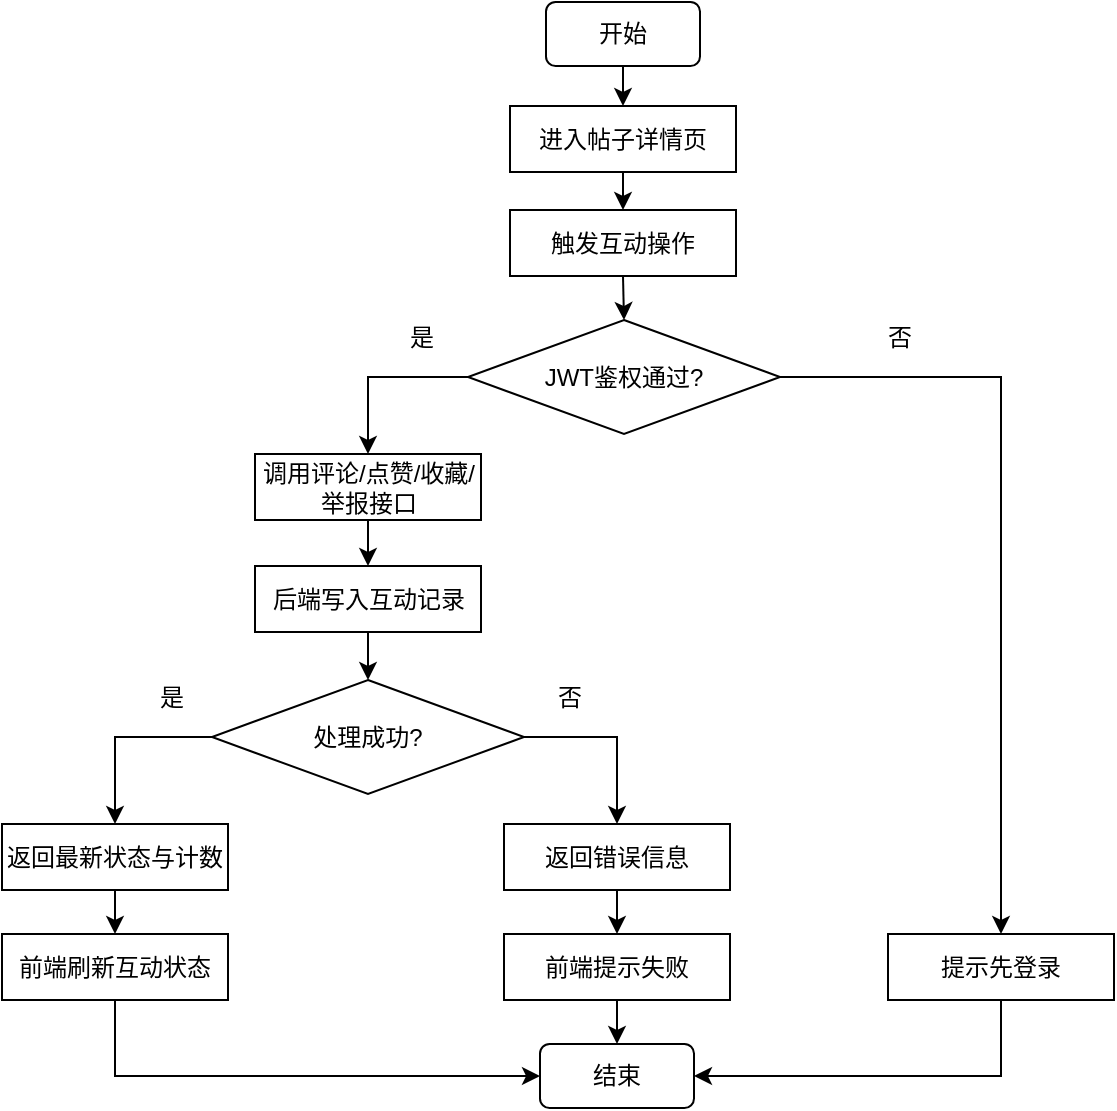
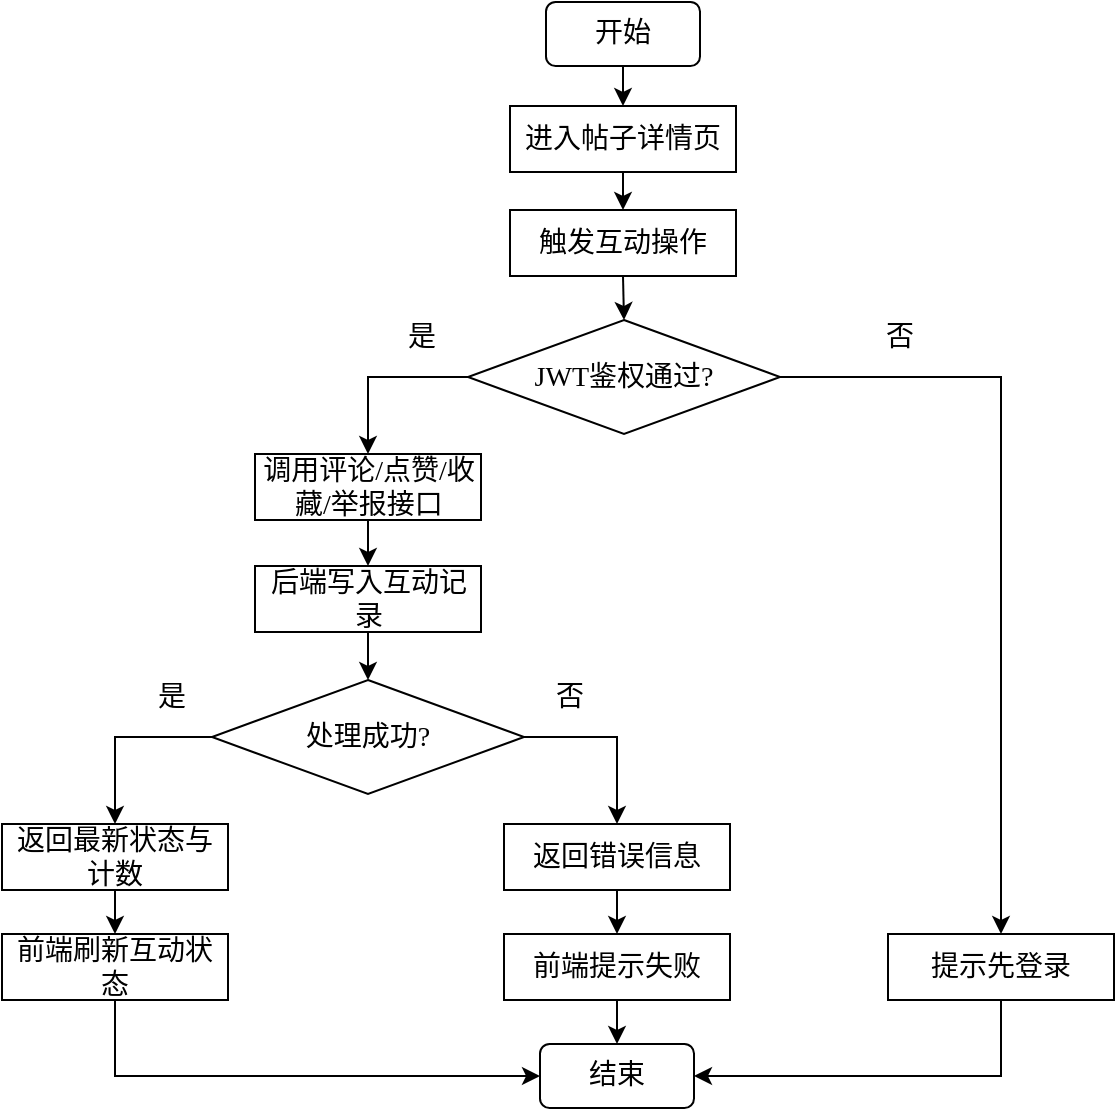
<mxfile host="app.diagrams.net">
  <diagram name="第 1 页" id="atgVEVQPDLTRviuGws0A">
    <mxGraphModel dx="1406" dy="780" grid="0" gridSize="10" guides="1" tooltips="1" connect="1" arrows="1" fold="1" page="1" pageScale="1" pageWidth="827" pageHeight="1169" math="0" shadow="0">
      <root>
        <mxCell id="0" />
        <mxCell id="1" parent="0" />
-         <mxCell id="FfwMyuEgGZR5WR4JFaMl-1" parent="1" style="rounded=1;whiteSpace=wrap;html=1;" value="&lt;span style=&quot;font-size: 12px;&quot;&gt;开始&lt;/span&gt;" vertex="1">
+         <mxCell id="FfwMyuEgGZR5WR4JFaMl-1" parent="1" style="rounded=1;whiteSpace=wrap;html=1;fontFamily=仿宋;fontSize=14;" value="&lt;span&gt;开始&lt;/span&gt;" vertex="1">
          <mxGeometry height="32" width="77" x="375" y="8" as="geometry" />
        </mxCell>
-         <mxCell id="FfwMyuEgGZR5WR4JFaMl-2" parent="1" style="rounded=1;whiteSpace=wrap;html=1;" value="&lt;span style=&quot;font-size: 12px;&quot;&gt;结束&lt;/span&gt;" vertex="1">
+         <mxCell id="FfwMyuEgGZR5WR4JFaMl-2" parent="1" style="rounded=1;whiteSpace=wrap;html=1;fontFamily=仿宋;fontSize=14;" value="&lt;span&gt;结束&lt;/span&gt;" vertex="1">
          <mxGeometry height="32" width="77" x="372" y="529" as="geometry" />
        </mxCell>
-         <mxCell id="FfwMyuEgGZR5WR4JFaMl-3" parent="1" style="rounded=0;whiteSpace=wrap;html=1;" value="&lt;span style=&quot;font-size: 12px;&quot;&gt;进入帖子详情页&lt;/span&gt;" vertex="1">
+         <mxCell id="FfwMyuEgGZR5WR4JFaMl-3" parent="1" style="rounded=0;whiteSpace=wrap;html=1;fontFamily=仿宋;fontSize=14;" value="&lt;span&gt;进入帖子详情页&lt;/span&gt;" vertex="1">
          <mxGeometry height="33" width="113" x="357" y="60" as="geometry" />
        </mxCell>
-         <mxCell id="FfwMyuEgGZR5WR4JFaMl-4" parent="1" style="rounded=0;whiteSpace=wrap;html=1;" value="&lt;span style=&quot;font-size: 12px;&quot;&gt;触发互动操作&lt;/span&gt;" vertex="1">
+         <mxCell id="FfwMyuEgGZR5WR4JFaMl-4" parent="1" style="rounded=0;whiteSpace=wrap;html=1;fontFamily=仿宋;fontSize=14;" value="&lt;span&gt;触发互动操作&lt;/span&gt;" vertex="1">
          <mxGeometry height="33" width="113" x="357" y="112" as="geometry" />
        </mxCell>
-         <mxCell id="FfwMyuEgGZR5WR4JFaMl-5" parent="1" style="rounded=0;whiteSpace=wrap;html=1;" value="调用评论/点赞/收藏/举报接口" vertex="1">
+         <mxCell id="FfwMyuEgGZR5WR4JFaMl-5" parent="1" style="rounded=0;whiteSpace=wrap;html=1;fontFamily=仿宋;fontSize=14;" value="调用评论/点赞/收藏/举报接口" vertex="1">
          <mxGeometry height="33" width="113" x="229.5" y="234" as="geometry" />
        </mxCell>
-         <mxCell id="FfwMyuEgGZR5WR4JFaMl-6" parent="1" style="rounded=0;whiteSpace=wrap;html=1;" value="&lt;span style=&quot;font-size: 12px;&quot;&gt;后端写入互动记录&lt;/span&gt;" vertex="1">
+         <mxCell id="FfwMyuEgGZR5WR4JFaMl-6" parent="1" style="rounded=0;whiteSpace=wrap;html=1;fontFamily=仿宋;fontSize=14;" value="&lt;span&gt;后端写入互动记录&lt;/span&gt;" vertex="1">
          <mxGeometry height="33" width="113" x="229.5" y="290" as="geometry" />
        </mxCell>
-         <mxCell id="FfwMyuEgGZR5WR4JFaMl-7" parent="1" style="rounded=0;whiteSpace=wrap;html=1;" value="&lt;span style=&quot;font-size: 12px;&quot;&gt;返回最新状态与计数&lt;/span&gt;" vertex="1">
+         <mxCell id="FfwMyuEgGZR5WR4JFaMl-7" parent="1" style="rounded=0;whiteSpace=wrap;html=1;fontFamily=仿宋;fontSize=14;" value="&lt;span&gt;返回最新状态与计数&lt;/span&gt;" vertex="1">
          <mxGeometry height="33" width="113" x="103" y="419" as="geometry" />
        </mxCell>
-         <mxCell id="FfwMyuEgGZR5WR4JFaMl-8" parent="1" style="rounded=0;whiteSpace=wrap;html=1;" value="&lt;span style=&quot;font-size: 12px;&quot;&gt;前端刷新互动状态&lt;/span&gt;" vertex="1">
+         <mxCell id="FfwMyuEgGZR5WR4JFaMl-8" parent="1" style="rounded=0;whiteSpace=wrap;html=1;fontFamily=仿宋;fontSize=14;" value="&lt;span&gt;前端刷新互动状态&lt;/span&gt;" vertex="1">
          <mxGeometry height="33" width="113" x="103" y="474" as="geometry" />
        </mxCell>
-         <mxCell id="FfwMyuEgGZR5WR4JFaMl-9" parent="1" style="rounded=0;whiteSpace=wrap;html=1;" value="&lt;span style=&quot;font-size: 12px;&quot;&gt;返回错误信息&lt;/span&gt;" vertex="1">
+         <mxCell id="FfwMyuEgGZR5WR4JFaMl-9" parent="1" style="rounded=0;whiteSpace=wrap;html=1;fontFamily=仿宋;fontSize=14;" value="&lt;span&gt;返回错误信息&lt;/span&gt;" vertex="1">
          <mxGeometry height="33" width="113" x="354" y="419" as="geometry" />
        </mxCell>
-         <mxCell id="FfwMyuEgGZR5WR4JFaMl-10" parent="1" style="rounded=0;whiteSpace=wrap;html=1;" value="&lt;span style=&quot;font-size: 12px;&quot;&gt;前端提示失败&lt;/span&gt;" vertex="1">
+         <mxCell id="FfwMyuEgGZR5WR4JFaMl-10" parent="1" style="rounded=0;whiteSpace=wrap;html=1;fontFamily=仿宋;fontSize=14;" value="&lt;span&gt;前端提示失败&lt;/span&gt;" vertex="1">
          <mxGeometry height="33" width="113" x="354" y="474" as="geometry" />
        </mxCell>
-         <mxCell id="FfwMyuEgGZR5WR4JFaMl-11" parent="1" style="rounded=0;whiteSpace=wrap;html=1;" value="&lt;span style=&quot;font-size: 12px;&quot;&gt;提示先登录&lt;/span&gt;" vertex="1">
+         <mxCell id="FfwMyuEgGZR5WR4JFaMl-11" parent="1" style="rounded=0;whiteSpace=wrap;html=1;fontFamily=仿宋;fontSize=14;" value="&lt;span&gt;提示先登录&lt;/span&gt;" vertex="1">
          <mxGeometry height="33" width="113" x="546" y="474" as="geometry" />
        </mxCell>
-         <mxCell id="FfwMyuEgGZR5WR4JFaMl-12" parent="1" style="rhombus;whiteSpace=wrap;html=1;" value="&lt;span style=&quot;font-size: 12px;&quot;&gt;JWT鉴权通过?&lt;/span&gt;" vertex="1">
+         <mxCell id="FfwMyuEgGZR5WR4JFaMl-12" parent="1" style="rhombus;whiteSpace=wrap;html=1;fontFamily=仿宋;fontSize=14;" value="&lt;span&gt;JWT鉴权通过?&lt;/span&gt;" vertex="1">
          <mxGeometry height="57" width="156" x="336" y="167" as="geometry" />
        </mxCell>
-         <mxCell id="FfwMyuEgGZR5WR4JFaMl-14" parent="1" style="rhombus;whiteSpace=wrap;html=1;" value="&lt;span style=&quot;font-size: 12px;&quot;&gt;处理成功?&lt;/span&gt;" vertex="1">
+         <mxCell id="FfwMyuEgGZR5WR4JFaMl-14" parent="1" style="rhombus;whiteSpace=wrap;html=1;fontFamily=仿宋;fontSize=14;" value="&lt;span&gt;处理成功?&lt;/span&gt;" vertex="1">
          <mxGeometry height="57" width="156" x="208" y="347" as="geometry" />
        </mxCell>
-         <mxCell id="FfwMyuEgGZR5WR4JFaMl-15" edge="1" parent="1" source="FfwMyuEgGZR5WR4JFaMl-5" style="endArrow=classic;html=1;rounded=0;exitX=0.5;exitY=1;exitDx=0;exitDy=0;entryX=0.5;entryY=0;entryDx=0;entryDy=0;" target="FfwMyuEgGZR5WR4JFaMl-6" value="">
+         <mxCell id="FfwMyuEgGZR5WR4JFaMl-15" edge="1" parent="1" source="FfwMyuEgGZR5WR4JFaMl-5" style="endArrow=classic;html=1;rounded=0;exitX=0.5;exitY=1;exitDx=0;exitDy=0;entryX=0.5;entryY=0;entryDx=0;entryDy=0;fontFamily=仿宋;fontSize=14;" target="FfwMyuEgGZR5WR4JFaMl-6" value="">
          <mxGeometry height="50" relative="1" width="50" as="geometry">
            <mxPoint x="388" y="427" as="sourcePoint" />
            <mxPoint x="438" y="377" as="targetPoint" />
          </mxGeometry>
        </mxCell>
-         <mxCell id="FfwMyuEgGZR5WR4JFaMl-16" edge="1" parent="1" source="FfwMyuEgGZR5WR4JFaMl-1" style="endArrow=classic;html=1;rounded=0;exitX=0.5;exitY=1;exitDx=0;exitDy=0;entryX=0.5;entryY=0;entryDx=0;entryDy=0;" target="FfwMyuEgGZR5WR4JFaMl-3" value="">
+         <mxCell id="FfwMyuEgGZR5WR4JFaMl-16" edge="1" parent="1" source="FfwMyuEgGZR5WR4JFaMl-1" style="endArrow=classic;html=1;rounded=0;exitX=0.5;exitY=1;exitDx=0;exitDy=0;entryX=0.5;entryY=0;entryDx=0;entryDy=0;fontFamily=仿宋;fontSize=14;" target="FfwMyuEgGZR5WR4JFaMl-3" value="">
          <mxGeometry height="50" relative="1" width="50" as="geometry">
            <mxPoint x="551" y="153" as="sourcePoint" />
            <mxPoint x="546" y="192" as="targetPoint" />
          </mxGeometry>
        </mxCell>
-         <mxCell id="FfwMyuEgGZR5WR4JFaMl-17" edge="1" parent="1" source="FfwMyuEgGZR5WR4JFaMl-3" style="endArrow=classic;html=1;rounded=0;exitX=0.5;exitY=1;exitDx=0;exitDy=0;entryX=0.5;entryY=0;entryDx=0;entryDy=0;" target="FfwMyuEgGZR5WR4JFaMl-4" value="">
+         <mxCell id="FfwMyuEgGZR5WR4JFaMl-17" edge="1" parent="1" source="FfwMyuEgGZR5WR4JFaMl-3" style="endArrow=classic;html=1;rounded=0;exitX=0.5;exitY=1;exitDx=0;exitDy=0;entryX=0.5;entryY=0;entryDx=0;entryDy=0;fontFamily=仿宋;fontSize=14;" target="FfwMyuEgGZR5WR4JFaMl-4" value="">
          <mxGeometry height="50" relative="1" width="50" as="geometry">
            <mxPoint x="552" y="132" as="sourcePoint" />
            <mxPoint x="547" y="171" as="targetPoint" />
          </mxGeometry>
        </mxCell>
-         <mxCell id="FfwMyuEgGZR5WR4JFaMl-18" edge="1" parent="1" source="FfwMyuEgGZR5WR4JFaMl-4" style="endArrow=classic;html=1;rounded=0;exitX=0.5;exitY=1;exitDx=0;exitDy=0;entryX=0.5;entryY=0;entryDx=0;entryDy=0;" target="FfwMyuEgGZR5WR4JFaMl-12" value="">
+         <mxCell id="FfwMyuEgGZR5WR4JFaMl-18" edge="1" parent="1" source="FfwMyuEgGZR5WR4JFaMl-4" style="endArrow=classic;html=1;rounded=0;exitX=0.5;exitY=1;exitDx=0;exitDy=0;entryX=0.5;entryY=0;entryDx=0;entryDy=0;fontFamily=仿宋;fontSize=14;" target="FfwMyuEgGZR5WR4JFaMl-12" value="">
          <mxGeometry height="50" relative="1" width="50" as="geometry">
            <mxPoint x="576" y="212" as="sourcePoint" />
            <mxPoint x="571" y="251" as="targetPoint" />
          </mxGeometry>
        </mxCell>
-         <mxCell id="FfwMyuEgGZR5WR4JFaMl-19" edge="1" parent="1" source="FfwMyuEgGZR5WR4JFaMl-7" style="endArrow=classic;html=1;rounded=0;exitX=0.5;exitY=1;exitDx=0;exitDy=0;entryX=0.5;entryY=0;entryDx=0;entryDy=0;" target="FfwMyuEgGZR5WR4JFaMl-8" value="">
+         <mxCell id="FfwMyuEgGZR5WR4JFaMl-19" edge="1" parent="1" source="FfwMyuEgGZR5WR4JFaMl-7" style="endArrow=classic;html=1;rounded=0;exitX=0.5;exitY=1;exitDx=0;exitDy=0;entryX=0.5;entryY=0;entryDx=0;entryDy=0;fontFamily=仿宋;fontSize=14;" target="FfwMyuEgGZR5WR4JFaMl-8" value="">
          <mxGeometry height="50" relative="1" width="50" as="geometry">
            <mxPoint x="428" y="481" as="sourcePoint" />
            <mxPoint x="423" y="520" as="targetPoint" />
          </mxGeometry>
        </mxCell>
-         <mxCell id="FfwMyuEgGZR5WR4JFaMl-20" edge="1" parent="1" source="FfwMyuEgGZR5WR4JFaMl-9" style="endArrow=classic;html=1;rounded=0;exitX=0.5;exitY=1;exitDx=0;exitDy=0;entryX=0.5;entryY=0;entryDx=0;entryDy=0;" target="FfwMyuEgGZR5WR4JFaMl-10" value="">
+         <mxCell id="FfwMyuEgGZR5WR4JFaMl-20" edge="1" parent="1" source="FfwMyuEgGZR5WR4JFaMl-9" style="endArrow=classic;html=1;rounded=0;exitX=0.5;exitY=1;exitDx=0;exitDy=0;entryX=0.5;entryY=0;entryDx=0;entryDy=0;fontFamily=仿宋;fontSize=14;" target="FfwMyuEgGZR5WR4JFaMl-10" value="">
          <mxGeometry height="50" relative="1" width="50" as="geometry">
            <mxPoint x="392" y="617" as="sourcePoint" />
            <mxPoint x="387" y="656" as="targetPoint" />
          </mxGeometry>
        </mxCell>
-         <mxCell id="FfwMyuEgGZR5WR4JFaMl-21" edge="1" parent="1" source="FfwMyuEgGZR5WR4JFaMl-12" style="endArrow=classic;html=1;rounded=0;exitX=1;exitY=0.5;exitDx=0;exitDy=0;entryX=0.5;entryY=0;entryDx=0;entryDy=0;edgeStyle=orthogonalEdgeStyle;" target="FfwMyuEgGZR5WR4JFaMl-11" value="">
+         <mxCell id="FfwMyuEgGZR5WR4JFaMl-21" edge="1" parent="1" source="FfwMyuEgGZR5WR4JFaMl-12" style="endArrow=classic;html=1;rounded=0;exitX=1;exitY=0.5;exitDx=0;exitDy=0;entryX=0.5;entryY=0;entryDx=0;entryDy=0;edgeStyle=orthogonalEdgeStyle;fontFamily=仿宋;fontSize=14;" target="FfwMyuEgGZR5WR4JFaMl-11" value="">
          <mxGeometry height="50" relative="1" width="50" as="geometry">
            <mxPoint x="564" y="426" as="sourcePoint" />
            <mxPoint x="559" y="465" as="targetPoint" />
          </mxGeometry>
        </mxCell>
-         <mxCell id="FfwMyuEgGZR5WR4JFaMl-22" edge="1" parent="1" source="FfwMyuEgGZR5WR4JFaMl-12" style="endArrow=classic;html=1;rounded=0;exitX=0;exitY=0.5;exitDx=0;exitDy=0;entryX=0.5;entryY=0;entryDx=0;entryDy=0;edgeStyle=orthogonalEdgeStyle;" target="FfwMyuEgGZR5WR4JFaMl-5" value="">
+         <mxCell id="FfwMyuEgGZR5WR4JFaMl-22" edge="1" parent="1" source="FfwMyuEgGZR5WR4JFaMl-12" style="endArrow=classic;html=1;rounded=0;exitX=0;exitY=0.5;exitDx=0;exitDy=0;entryX=0.5;entryY=0;entryDx=0;entryDy=0;edgeStyle=orthogonalEdgeStyle;fontFamily=仿宋;fontSize=14;" target="FfwMyuEgGZR5WR4JFaMl-5" value="">
          <mxGeometry height="50" relative="1" width="50" as="geometry">
            <mxPoint x="262" y="272" as="sourcePoint" />
            <mxPoint x="286" y="238" as="targetPoint" />
          </mxGeometry>
        </mxCell>
-         <mxCell id="FfwMyuEgGZR5WR4JFaMl-23" edge="1" parent="1" source="FfwMyuEgGZR5WR4JFaMl-14" style="endArrow=classic;html=1;rounded=0;exitX=0;exitY=0.5;exitDx=0;exitDy=0;entryX=0.5;entryY=0;entryDx=0;entryDy=0;edgeStyle=orthogonalEdgeStyle;" target="FfwMyuEgGZR5WR4JFaMl-7" value="">
+         <mxCell id="FfwMyuEgGZR5WR4JFaMl-23" edge="1" parent="1" source="FfwMyuEgGZR5WR4JFaMl-14" style="endArrow=classic;html=1;rounded=0;exitX=0;exitY=0.5;exitDx=0;exitDy=0;entryX=0.5;entryY=0;entryDx=0;entryDy=0;edgeStyle=orthogonalEdgeStyle;fontFamily=仿宋;fontSize=14;" target="FfwMyuEgGZR5WR4JFaMl-7" value="">
          <mxGeometry height="50" relative="1" width="50" as="geometry">
            <mxPoint x="166" y="451" as="sourcePoint" />
            <mxPoint x="96" y="531" as="targetPoint" />
          </mxGeometry>
        </mxCell>
-         <mxCell id="FfwMyuEgGZR5WR4JFaMl-24" edge="1" parent="1" source="FfwMyuEgGZR5WR4JFaMl-14" style="endArrow=classic;html=1;rounded=0;exitX=1;exitY=0.5;exitDx=0;exitDy=0;entryX=0.5;entryY=0;entryDx=0;entryDy=0;edgeStyle=orthogonalEdgeStyle;" target="FfwMyuEgGZR5WR4JFaMl-9" value="">
+         <mxCell id="FfwMyuEgGZR5WR4JFaMl-24" edge="1" parent="1" source="FfwMyuEgGZR5WR4JFaMl-14" style="endArrow=classic;html=1;rounded=0;exitX=1;exitY=0.5;exitDx=0;exitDy=0;entryX=0.5;entryY=0;entryDx=0;entryDy=0;edgeStyle=orthogonalEdgeStyle;fontFamily=仿宋;fontSize=14;" target="FfwMyuEgGZR5WR4JFaMl-9" value="">
          <mxGeometry height="50" relative="1" width="50" as="geometry">
            <mxPoint x="513" y="431" as="sourcePoint" />
            <mxPoint x="443" y="511" as="targetPoint" />
          </mxGeometry>
        </mxCell>
-         <mxCell id="FfwMyuEgGZR5WR4JFaMl-25" edge="1" parent="1" source="FfwMyuEgGZR5WR4JFaMl-8" style="endArrow=classic;html=1;rounded=0;exitX=0.5;exitY=1;exitDx=0;exitDy=0;entryX=0;entryY=0.5;entryDx=0;entryDy=0;edgeStyle=orthogonalEdgeStyle;" target="FfwMyuEgGZR5WR4JFaMl-2" value="">
+         <mxCell id="FfwMyuEgGZR5WR4JFaMl-25" edge="1" parent="1" source="FfwMyuEgGZR5WR4JFaMl-8" style="endArrow=classic;html=1;rounded=0;exitX=0.5;exitY=1;exitDx=0;exitDy=0;entryX=0;entryY=0.5;entryDx=0;entryDy=0;edgeStyle=orthogonalEdgeStyle;fontFamily=仿宋;fontSize=14;" target="FfwMyuEgGZR5WR4JFaMl-2" value="">
          <mxGeometry height="50" relative="1" width="50" as="geometry">
            <mxPoint x="245" y="796" as="sourcePoint" />
            <mxPoint x="175" y="876" as="targetPoint" />
          </mxGeometry>
        </mxCell>
-         <mxCell id="FfwMyuEgGZR5WR4JFaMl-26" edge="1" parent="1" source="FfwMyuEgGZR5WR4JFaMl-11" style="endArrow=classic;html=1;rounded=0;exitX=0.5;exitY=1;exitDx=0;exitDy=0;entryX=1;entryY=0.5;entryDx=0;entryDy=0;edgeStyle=orthogonalEdgeStyle;" target="FfwMyuEgGZR5WR4JFaMl-2" value="">
+         <mxCell id="FfwMyuEgGZR5WR4JFaMl-26" edge="1" parent="1" source="FfwMyuEgGZR5WR4JFaMl-11" style="endArrow=classic;html=1;rounded=0;exitX=0.5;exitY=1;exitDx=0;exitDy=0;entryX=1;entryY=0.5;entryDx=0;entryDy=0;edgeStyle=orthogonalEdgeStyle;fontFamily=仿宋;fontSize=14;" target="FfwMyuEgGZR5WR4JFaMl-2" value="">
          <mxGeometry height="50" relative="1" width="50" as="geometry">
            <mxPoint x="710" y="762" as="sourcePoint" />
            <mxPoint x="640" y="842" as="targetPoint" />
          </mxGeometry>
        </mxCell>
-         <mxCell id="FfwMyuEgGZR5WR4JFaMl-27" edge="1" parent="1" source="FfwMyuEgGZR5WR4JFaMl-10" style="endArrow=classic;html=1;rounded=0;exitX=0.5;exitY=1;exitDx=0;exitDy=0;entryX=0.5;entryY=0;entryDx=0;entryDy=0;" target="FfwMyuEgGZR5WR4JFaMl-2" value="">
+         <mxCell id="FfwMyuEgGZR5WR4JFaMl-27" edge="1" parent="1" source="FfwMyuEgGZR5WR4JFaMl-10" style="endArrow=classic;html=1;rounded=0;exitX=0.5;exitY=1;exitDx=0;exitDy=0;entryX=0.5;entryY=0;entryDx=0;entryDy=0;fontFamily=仿宋;fontSize=14;" target="FfwMyuEgGZR5WR4JFaMl-2" value="">
          <mxGeometry height="50" relative="1" width="50" as="geometry">
            <mxPoint x="386" y="749" as="sourcePoint" />
            <mxPoint x="387" y="822" as="targetPoint" />
          </mxGeometry>
        </mxCell>
-         <mxCell id="FfwMyuEgGZR5WR4JFaMl-30" edge="1" parent="1" source="FfwMyuEgGZR5WR4JFaMl-6" style="endArrow=classic;html=1;rounded=0;exitX=0.5;exitY=1;exitDx=0;exitDy=0;entryX=0.5;entryY=0;entryDx=0;entryDy=0;" target="FfwMyuEgGZR5WR4JFaMl-14" value="">
+         <mxCell id="FfwMyuEgGZR5WR4JFaMl-30" edge="1" parent="1" source="FfwMyuEgGZR5WR4JFaMl-6" style="endArrow=classic;html=1;rounded=0;exitX=0.5;exitY=1;exitDx=0;exitDy=0;entryX=0.5;entryY=0;entryDx=0;entryDy=0;fontFamily=仿宋;fontSize=14;" target="FfwMyuEgGZR5WR4JFaMl-14" value="">
          <mxGeometry height="50" relative="1" width="50" as="geometry">
            <mxPoint x="388" y="627" as="sourcePoint" />
            <mxPoint x="438" y="577" as="targetPoint" />
          </mxGeometry>
        </mxCell>
-         <mxCell id="FfwMyuEgGZR5WR4JFaMl-32" parent="1" style="text;html=1;whiteSpace=wrap;strokeColor=none;fillColor=none;align=center;verticalAlign=middle;rounded=0;" value="是" vertex="1">
+         <mxCell id="FfwMyuEgGZR5WR4JFaMl-32" parent="1" style="text;html=1;whiteSpace=wrap;strokeColor=none;fillColor=none;align=center;verticalAlign=middle;rounded=0;fontFamily=仿宋;fontSize=14;" value="是" vertex="1">
          <mxGeometry height="30" width="60" x="282.5" y="161" as="geometry" />
        </mxCell>
-         <mxCell id="FfwMyuEgGZR5WR4JFaMl-33" parent="1" style="text;html=1;whiteSpace=wrap;strokeColor=none;fillColor=none;align=center;verticalAlign=middle;rounded=0;" value="否" vertex="1">
+         <mxCell id="FfwMyuEgGZR5WR4JFaMl-33" parent="1" style="text;html=1;whiteSpace=wrap;strokeColor=none;fillColor=none;align=center;verticalAlign=middle;rounded=0;fontFamily=仿宋;fontSize=14;" value="否" vertex="1">
          <mxGeometry height="30" width="60" x="522" y="161" as="geometry" />
        </mxCell>
-         <mxCell id="FfwMyuEgGZR5WR4JFaMl-34" parent="1" style="text;html=1;whiteSpace=wrap;strokeColor=none;fillColor=none;align=center;verticalAlign=middle;rounded=0;" value="是" vertex="1">
+         <mxCell id="FfwMyuEgGZR5WR4JFaMl-34" parent="1" style="text;html=1;whiteSpace=wrap;strokeColor=none;fillColor=none;align=center;verticalAlign=middle;rounded=0;fontFamily=仿宋;fontSize=14;" value="是" vertex="1">
          <mxGeometry height="30" width="60" x="158" y="341" as="geometry" />
        </mxCell>
-         <mxCell id="FfwMyuEgGZR5WR4JFaMl-35" parent="1" style="text;html=1;whiteSpace=wrap;strokeColor=none;fillColor=none;align=center;verticalAlign=middle;rounded=0;" value="否" vertex="1">
+         <mxCell id="FfwMyuEgGZR5WR4JFaMl-35" parent="1" style="text;html=1;whiteSpace=wrap;strokeColor=none;fillColor=none;align=center;verticalAlign=middle;rounded=0;fontFamily=仿宋;fontSize=14;" value="否" vertex="1">
          <mxGeometry height="30" width="60" x="357" y="341" as="geometry" />
        </mxCell>
      </root>
    </mxGraphModel>
  </diagram>
</mxfile>
